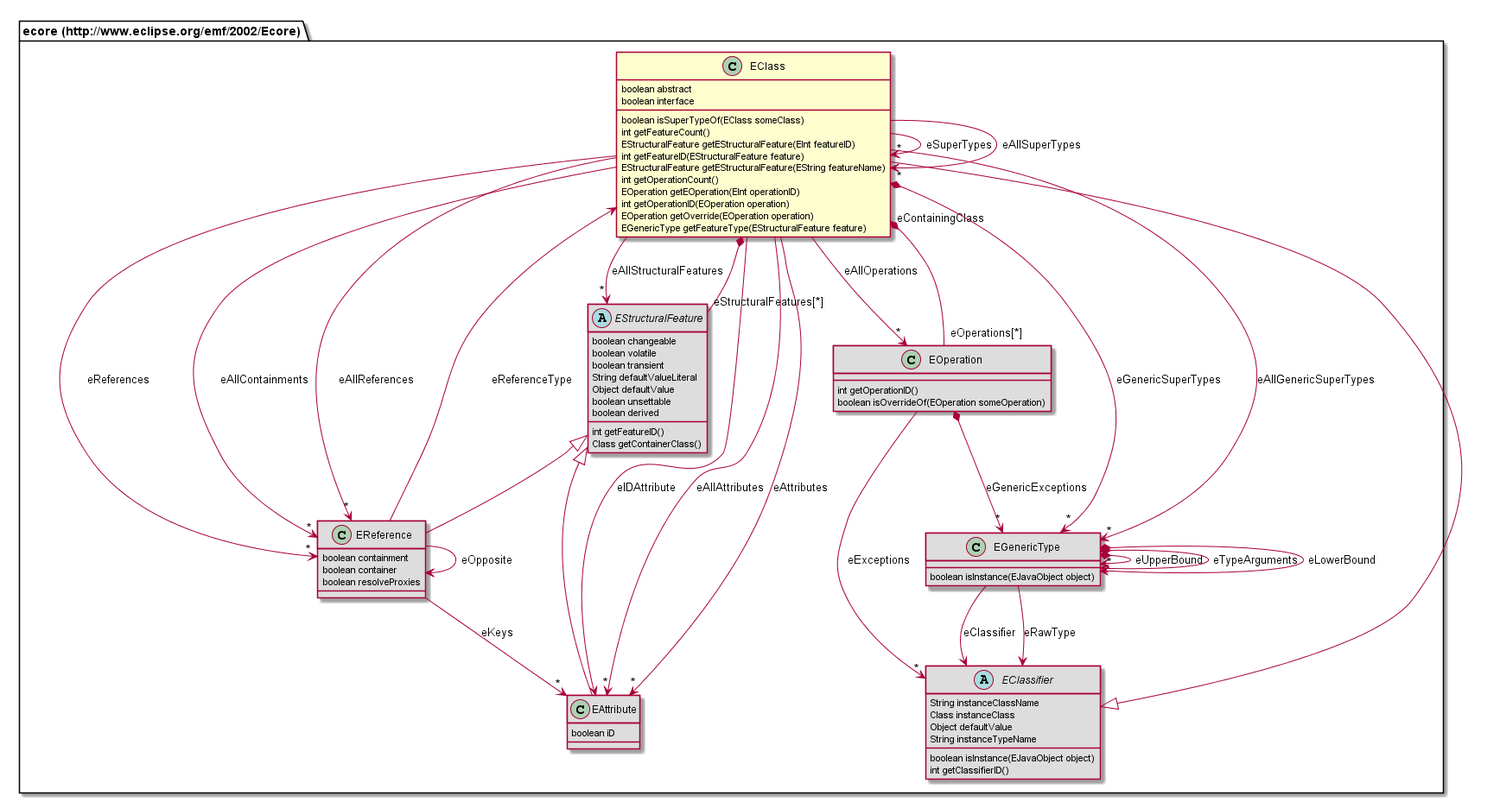
Nasdanika/html keeps this PlantUML diagram as org.nasdanika.html.repository/src/site/resources/app-model-doc/687474703a2f2f7777772e65636c697073652e6f72672f656d662f323030322f45636f7265/EClass.png. Above is the earlier version.
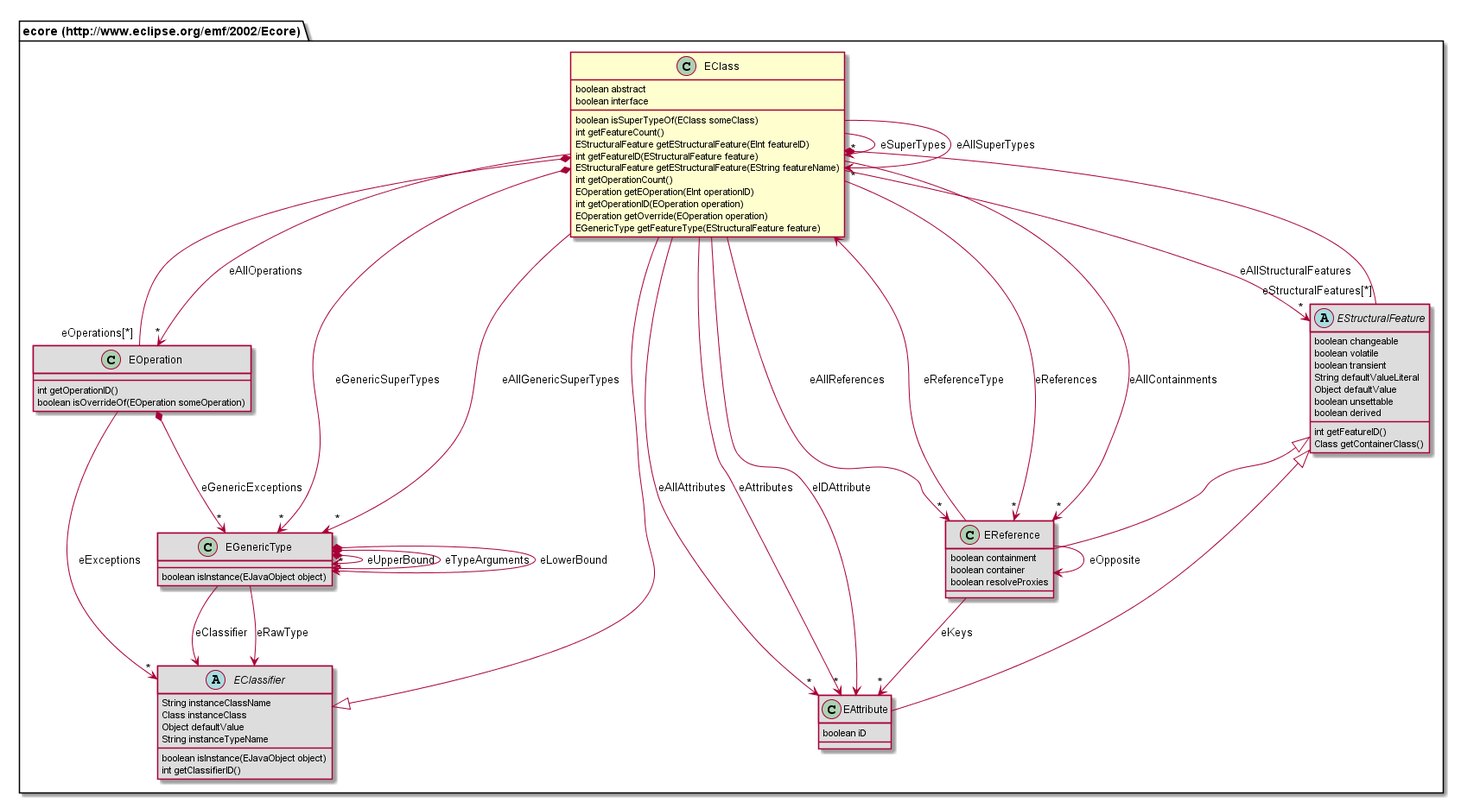
Above is the later version.

Change to the diagram source:
```diff
@@ -17,11 +17,6 @@
 	int getOperationID()
 	boolean isOverrideOf(EOperation someOperation)
 }
-class "ecore (http://www.eclipse.org/emf/2002/Ecore).EReference" [[#router/doc-content/687474703a2f2f7777772e65636c697073652e6f72672f656d662f323030322f45636f7265/EReference.html]] #DDDDDD {
-	boolean containment
-	boolean container
-	boolean resolveProxies
-}
 abstract class "ecore (http://www.eclipse.org/emf/2002/Ecore).EClassifier" [[#router/doc-content/687474703a2f2f7777772e65636c697073652e6f72672f656d662f323030322f45636f7265/EClassifier.html]] #DDDDDD {
 	String instanceClassName
 	Class instanceClass
@@ -30,11 +25,13 @@
 	boolean isInstance(EJavaObject object)
 	int getClassifierID()
 }
-class "ecore (http://www.eclipse.org/emf/2002/Ecore).EAttribute" [[#router/doc-content/687474703a2f2f7777772e65636c697073652e6f72672f656d662f323030322f45636f7265/EAttribute.html]] #DDDDDD {
-	boolean iD
-}
 class "ecore (http://www.eclipse.org/emf/2002/Ecore).EGenericType" [[#router/doc-content/687474703a2f2f7777772e65636c697073652e6f72672f656d662f323030322f45636f7265/EGenericType.html]] #DDDDDD {
 	boolean isInstance(EJavaObject object)
+}
+class "ecore (http://www.eclipse.org/emf/2002/Ecore).EReference" [[#router/doc-content/687474703a2f2f7777772e65636c697073652e6f72672f656d662f323030322f45636f7265/EReference.html]] #DDDDDD {
+	boolean containment
+	boolean container
+	boolean resolveProxies
 }
 abstract class "ecore (http://www.eclipse.org/emf/2002/Ecore).EStructuralFeature" [[#router/doc-content/687474703a2f2f7777772e65636c697073652e6f72672f656d662f323030322f45636f7265/EStructuralFeature.html]] #DDDDDD {
 	boolean changeable
@@ -47,21 +44,14 @@
 	int getFeatureID()
 	Class getContainerClass()
 }
+class "ecore (http://www.eclipse.org/emf/2002/Ecore).EAttribute" [[#router/doc-content/687474703a2f2f7777772e65636c697073652e6f72672f656d662f323030322f45636f7265/EAttribute.html]] #DDDDDD {
+	boolean iD
+}
+"ecore (http://www.eclipse.org/emf/2002/Ecore).EClassifier" <|-- "ecore (http://www.eclipse.org/emf/2002/Ecore).EClass"
 "ecore (http://www.eclipse.org/emf/2002/Ecore).EStructuralFeature" <|-- "ecore (http://www.eclipse.org/emf/2002/Ecore).EReference"
 "ecore (http://www.eclipse.org/emf/2002/Ecore).EStructuralFeature" <|-- "ecore (http://www.eclipse.org/emf/2002/Ecore).EAttribute"
-"ecore (http://www.eclipse.org/emf/2002/Ecore).EClassifier" <|-- "ecore (http://www.eclipse.org/emf/2002/Ecore).EClass"
-"ecore (http://www.eclipse.org/emf/2002/Ecore).EOperation" "eOperations[*]" --* "eContainingClass" "ecore (http://www.eclipse.org/emf/2002/Ecore).EClass"
-"ecore (http://www.eclipse.org/emf/2002/Ecore).EOperation" --> "*" "ecore (http://www.eclipse.org/emf/2002/Ecore).EClassifier" : eExceptions
-"ecore (http://www.eclipse.org/emf/2002/Ecore).EOperation" *--> "*" "ecore (http://www.eclipse.org/emf/2002/Ecore).EGenericType" : eGenericExceptions
-"ecore (http://www.eclipse.org/emf/2002/Ecore).EReference" --> "ecore (http://www.eclipse.org/emf/2002/Ecore).EReference" : eOpposite
-"ecore (http://www.eclipse.org/emf/2002/Ecore).EReference" --> "ecore (http://www.eclipse.org/emf/2002/Ecore).EClass" : eReferenceType
-"ecore (http://www.eclipse.org/emf/2002/Ecore).EReference" --> "*" "ecore (http://www.eclipse.org/emf/2002/Ecore).EAttribute" : eKeys
-"ecore (http://www.eclipse.org/emf/2002/Ecore).EGenericType" *--> "ecore (http://www.eclipse.org/emf/2002/Ecore).EGenericType" : eUpperBound
-"ecore (http://www.eclipse.org/emf/2002/Ecore).EGenericType" *--> "*" "ecore (http://www.eclipse.org/emf/2002/Ecore).EGenericType" : eTypeArguments
-"ecore (http://www.eclipse.org/emf/2002/Ecore).EGenericType" --> "ecore (http://www.eclipse.org/emf/2002/Ecore).EClassifier" : eRawType
-"ecore (http://www.eclipse.org/emf/2002/Ecore).EGenericType" *--> "ecore (http://www.eclipse.org/emf/2002/Ecore).EGenericType" : eLowerBound
-"ecore (http://www.eclipse.org/emf/2002/Ecore).EGenericType" --> "ecore (http://www.eclipse.org/emf/2002/Ecore).EClassifier" : eClassifier
 "ecore (http://www.eclipse.org/emf/2002/Ecore).EClass" --> "*" "ecore (http://www.eclipse.org/emf/2002/Ecore).EClass" : eSuperTypes
+"ecore (http://www.eclipse.org/emf/2002/Ecore).EClass" *-- "eOperations[*]" "ecore (http://www.eclipse.org/emf/2002/Ecore).EOperation"
 "ecore (http://www.eclipse.org/emf/2002/Ecore).EClass" --> "*" "ecore (http://www.eclipse.org/emf/2002/Ecore).EAttribute" : eAllAttributes
 "ecore (http://www.eclipse.org/emf/2002/Ecore).EClass" --> "*" "ecore (http://www.eclipse.org/emf/2002/Ecore).EReference" : eAllReferences
 "ecore (http://www.eclipse.org/emf/2002/Ecore).EClass" --> "*" "ecore (http://www.eclipse.org/emf/2002/Ecore).EReference" : eReferences
@@ -74,4 +64,14 @@
 "ecore (http://www.eclipse.org/emf/2002/Ecore).EClass" *-- "eStructuralFeatures[*]" "ecore (http://www.eclipse.org/emf/2002/Ecore).EStructuralFeature"
 "ecore (http://www.eclipse.org/emf/2002/Ecore).EClass" *--> "*" "ecore (http://www.eclipse.org/emf/2002/Ecore).EGenericType" : eGenericSuperTypes
 "ecore (http://www.eclipse.org/emf/2002/Ecore).EClass" --> "*" "ecore (http://www.eclipse.org/emf/2002/Ecore).EGenericType" : eAllGenericSuperTypes
+"ecore (http://www.eclipse.org/emf/2002/Ecore).EOperation" --> "*" "ecore (http://www.eclipse.org/emf/2002/Ecore).EClassifier" : eExceptions
+"ecore (http://www.eclipse.org/emf/2002/Ecore).EOperation" *--> "*" "ecore (http://www.eclipse.org/emf/2002/Ecore).EGenericType" : eGenericExceptions
+"ecore (http://www.eclipse.org/emf/2002/Ecore).EGenericType" *--> "ecore (http://www.eclipse.org/emf/2002/Ecore).EGenericType" : eUpperBound
+"ecore (http://www.eclipse.org/emf/2002/Ecore).EGenericType" *--> "*" "ecore (http://www.eclipse.org/emf/2002/Ecore).EGenericType" : eTypeArguments
+"ecore (http://www.eclipse.org/emf/2002/Ecore).EGenericType" --> "ecore (http://www.eclipse.org/emf/2002/Ecore).EClassifier" : eRawType
+"ecore (http://www.eclipse.org/emf/2002/Ecore).EGenericType" *--> "ecore (http://www.eclipse.org/emf/2002/Ecore).EGenericType" : eLowerBound
+"ecore (http://www.eclipse.org/emf/2002/Ecore).EGenericType" --> "ecore (http://www.eclipse.org/emf/2002/Ecore).EClassifier" : eClassifier
+"ecore (http://www.eclipse.org/emf/2002/Ecore).EReference" --> "ecore (http://www.eclipse.org/emf/2002/Ecore).EReference" : eOpposite
+"ecore (http://www.eclipse.org/emf/2002/Ecore).EReference" --> "ecore (http://www.eclipse.org/emf/2002/Ecore).EClass" : eReferenceType
+"ecore (http://www.eclipse.org/emf/2002/Ecore).EReference" --> "*" "ecore (http://www.eclipse.org/emf/2002/Ecore).EAttribute" : eKeys
 @enduml
```
